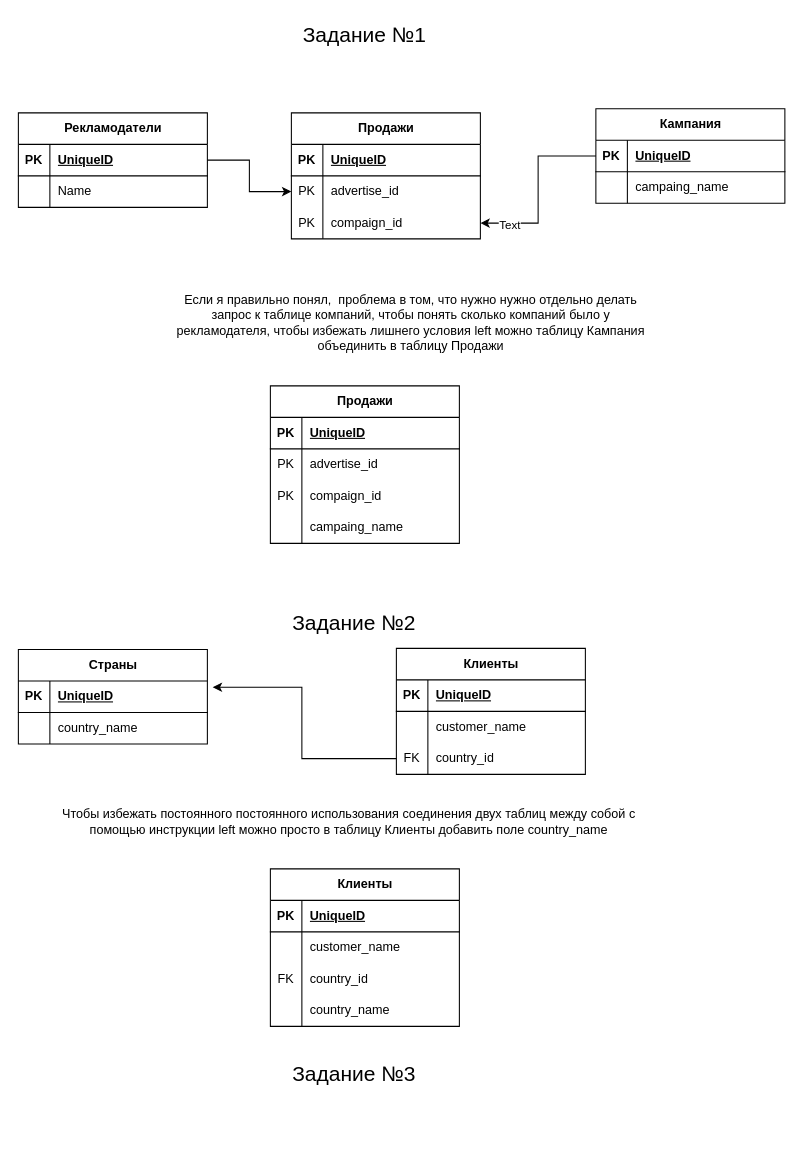
Above: Диаграмма без названия.drawio in ecoli79/bewise_testwork (draw.io), before the change. Source tidied: cells renumbered, new cells numbered last; positions are measured from the earlier drawing's top-left corner, leaving out a move shared by most shapes. Both pictures are drawn from the tidied source at 105%, with x=0, y=0 at pixel (18, 18).
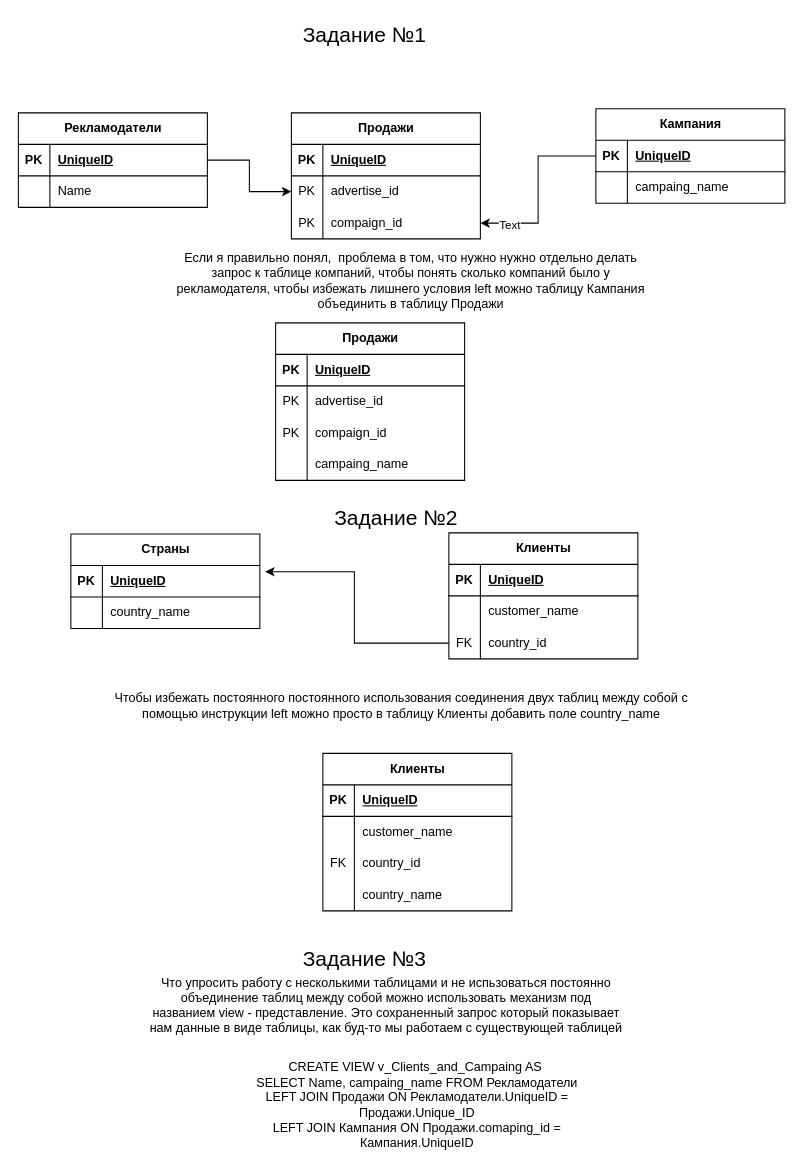
Above is the later version.

Change to the diagram source:
```diff
@@
     <mxCell id="30" value="Если я правильно понял,&amp;nbsp; проблема в том, что нужно нужно отдельно делать запрос к таблице компаний, чтобы понять сколько компаний было у рекламодателя, чтобы избежать лишнего условия left можно таблицу Кампания объединить в таблицу Продажи" style="text;html=1;strokeColor=none;fillColor=none;align=center;verticalAlign=middle;whiteSpace=wrap;rounded=0;" parent="1" vertex="1">
-      <mxGeometry x="149" y="270" width="450" height="40" as="geometry" />
+      <mxGeometry x="149" y="230" width="450" height="40" as="geometry" />
     </mxCell>
     <mxCell id="31" value="Продажи" style="shape=table;startSize=30;childLayout=tableLayout;rowLines=0;fontStyle=1;align=center;html=1;" parent="1" vertex="1">
-      <mxGeometry x="240" y="350" width="180" height="150" as="geometry" />
+      <mxGeometry x="245" y="290" width="180" height="150" as="geometry" />
     </mxCell>
@@
     <mxCell id="44" value="&lt;font style=&quot;font-size: 20px;&quot;&gt;Задание №2&lt;/font&gt;" style="text;html=1;strokeColor=none;fillColor=none;align=center;verticalAlign=middle;whiteSpace=wrap;rounded=0;" parent="1" vertex="1">
-      <mxGeometry x="110" y="560" width="420" height="30" as="geometry" />
+      <mxGeometry x="150" y="460" width="420" height="30" as="geometry" />
     </mxCell>
     <mxCell id="45" value="Страны" style="shape=table;startSize=30;childLayout=tableLayout;rowLines=0;fontStyle=1;align=center;html=1;" parent="1" vertex="1">
-      <mxGeometry y="601" width="180" height="90" as="geometry" />
+      <mxGeometry x="50" y="491" width="180" height="90" as="geometry" />
     </mxCell>
@@
     <mxCell id="52" value="Клиенты" style="shape=table;startSize=30;childLayout=tableLayout;rowLines=0;fontStyle=1;align=center;html=1;" parent="1" vertex="1">
-      <mxGeometry x="360" y="600" width="180" height="120" as="geometry" />
+      <mxGeometry x="410" y="490" width="180" height="120" as="geometry" />
     </mxCell>
@@
     <mxCell id="63" value="Чтобы избежать постоянного постоянного использования соединения двух таблиц между собой с помощью инструкции left можно просто в таблицу Клиенты добавить поле country_name" style="text;html=1;strokeColor=none;fillColor=none;align=center;verticalAlign=middle;whiteSpace=wrap;rounded=0;" parent="1" vertex="1">
-      <mxGeometry x="40" y="740" width="550" height="50" as="geometry" />
+      <mxGeometry x="90" y="630" width="550" height="50" as="geometry" />
     </mxCell>
     <mxCell id="64" value="Клиенты" style="shape=table;startSize=30;childLayout=tableLayout;rowLines=0;fontStyle=1;align=center;html=1;" parent="1" vertex="1">
-      <mxGeometry x="240" y="810" width="180" height="150" as="geometry" />
+      <mxGeometry x="290" y="700" width="180" height="150" as="geometry" />
     </mxCell>
@@
     <mxCell id="77" value="&lt;font style=&quot;font-size: 20px;&quot;&gt;Задание №3&lt;/font&gt;" style="text;html=1;strokeColor=none;fillColor=none;align=center;verticalAlign=middle;whiteSpace=wrap;rounded=0;" parent="1" vertex="1">
-      <mxGeometry x="110" y="990" width="420" height="30" as="geometry" />
+      <mxGeometry x="120" y="880" width="420" height="30" as="geometry" />
     </mxCell>
+    <mxCell id="78" value="Что упросить работу с несколькими таблицами и не испьзоваться постоянно объединение таблиц между собой можно использовать механизм под названием view - представление. Это сохраненный запрос который показывает нам данные в виде таблицы, как буд-то мы работаем с существующей таблицей" style="text;html=1;strokeColor=none;fillColor=none;align=center;verticalAlign=middle;whiteSpace=wrap;rounded=0;" parent="1" vertex="1">
+      <mxGeometry x="122.5" y="930" width="455" height="20" as="geometry" />
+    </mxCell>
+    <mxCell id="79" value="CREATE VIEW v_Clients_and_Campaing AS&amp;nbsp;&lt;br&gt;SELECT Name, campaing_name FROM Рекламодатели&lt;br&gt;LEFT JOIN Продажи ON Рекламодатели.UniqueID = Продажи.Unique_ID&lt;br&gt;LEFT JOIN Кампания ON Продажи.comaping_id = Кампания.UniqueID" style="text;html=1;strokeColor=none;fillColor=none;align=center;verticalAlign=middle;whiteSpace=wrap;rounded=0;" parent="1" vertex="1">
+      <mxGeometry x="200" y="990" width="360" height="90" as="geometry" />
+    </mxCell>
```
